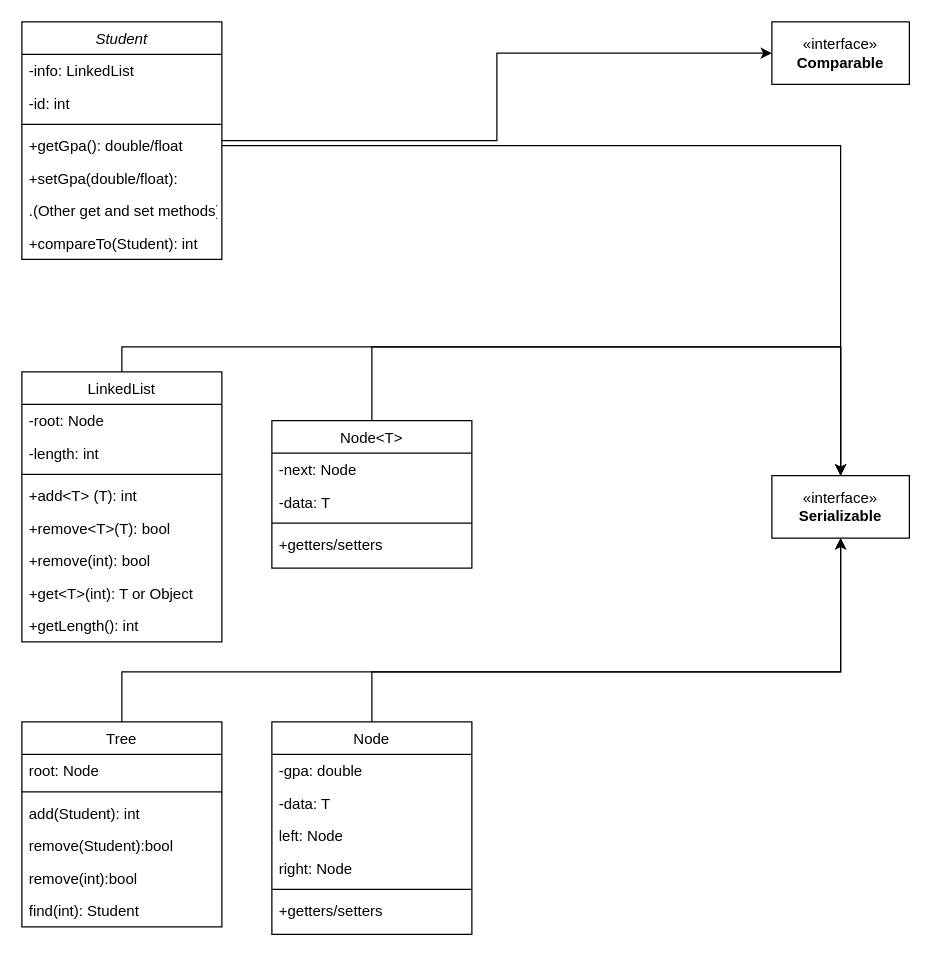
Before: DSA Project UML.drawio in Pearow/DSA-Project, a draw.io diagram. Source tidied: cells renumbered, new cells numbered last; positions are measured from the earlier drawing's top-left corner, leaving out a move shared by most shapes. Both pictures are drawn from the tidied source at 125%, with x=0, y=0 at pixel (21, 21).
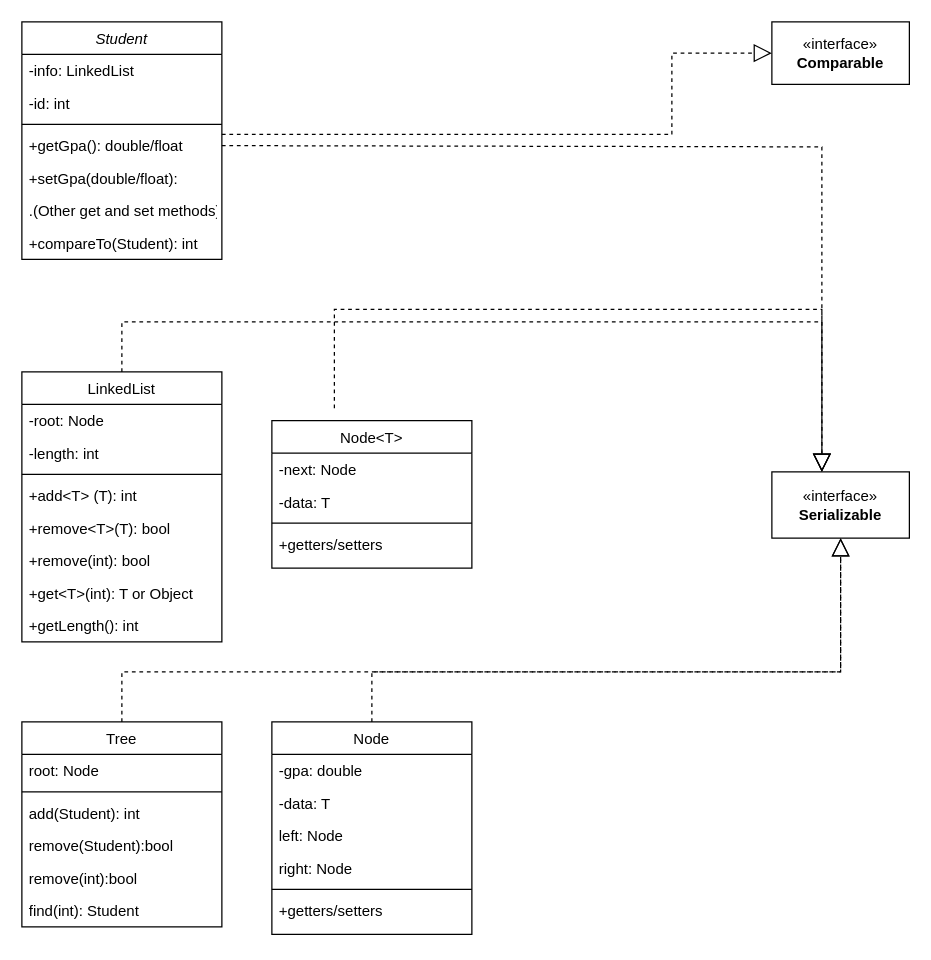
After the change.

Commit message:
Update UML Diagram

The change refers to these unchanged cells:
```xml
<mxCell id="3" value="Student&#10;" style="swimlane;fontStyle=2;align=center;verticalAlign=top;horizontal=1;startSize=26;rounded=0;shadow=0;strokeWidth=1;" parent="1" vertex="1">
  <mxGeometry width="160" height="190" as="geometry" />
</mxCell>
<mxCell id="7" value="+getGpa(): double/float&#10;" style="text;align=left;verticalAlign=top;spacingLeft=4;spacingRight=4;overflow=hidden;points=[[0,0.5],[1,0.5]];portConstraint=eastwest;" parent="3" vertex="1">
  <mxGeometry y="86" width="160" height="26" as="geometry" />
</mxCell>
<mxCell id="12" value="LinkedList" style="swimlane;fontStyle=0;align=center;verticalAlign=top;horizontal=1;startSize=26;rounded=0;shadow=0;strokeWidth=1;" parent="1" vertex="1">
  <mxGeometry y="280" width="160" height="216" as="geometry" />
</mxCell>
<mxCell id="22" value="Node&lt;T&gt;" style="swimlane;fontStyle=0;align=center;verticalAlign=top;horizontal=1;startSize=26;rounded=0;shadow=0;strokeWidth=1;" parent="1" vertex="1">
  <mxGeometry x="200" y="319" width="160" height="118" as="geometry" />
</mxCell>
<mxCell id="28" value="Tree" style="swimlane;fontStyle=0;align=center;verticalAlign=top;horizontal=1;startSize=26;rounded=0;shadow=0;strokeWidth=1;" parent="1" vertex="1">
  <mxGeometry y="560" width="160" height="164" as="geometry" />
</mxCell>
<mxCell id="35" value="Node" style="swimlane;fontStyle=0;align=center;verticalAlign=top;horizontal=1;startSize=26;rounded=0;shadow=0;strokeWidth=1;" parent="1" vertex="1">
  <mxGeometry x="200" y="560" width="160" height="170" as="geometry" />
</mxCell>
<mxCell id="43" value="«interface»&lt;br&gt;&lt;b&gt;Comparable&lt;/b&gt;" style="html=1;whiteSpace=wrap;" parent="1" vertex="1">
  <mxGeometry x="600" width="110" height="50" as="geometry" />
</mxCell>
```

The edit, as a diff of the source:
```diff
@@
-    <mxCell id="2" style="edgeStyle=orthogonalEdgeStyle;rounded=0;jettySize=auto;html=1;" parent="1" edge="1" source="3" target="43">
-      <mxGeometry relative="1" as="geometry" />
-    </mxCell>
@@
-    <mxCell id="11" style="edgeStyle=orthogonalEdgeStyle;rounded=0;jettySize=auto;html=1;entryX=0.5;entryY=0;entryDx=0;entryDy=0;" parent="1" edge="1" source="12" target="42">
-      <mxGeometry relative="1" as="geometry">
-        <Array as="points">
-          <mxPoint x="80" y="260" />
-          <mxPoint x="655" y="260" />
-        </Array>
-      </mxGeometry>
-    </mxCell>
@@
-    <mxCell id="21" style="edgeStyle=orthogonalEdgeStyle;rounded=0;jettySize=auto;html=1;entryX=0.5;entryY=0;entryDx=0;entryDy=0;" parent="1" edge="1" source="22" target="42">
-      <mxGeometry relative="1" as="geometry">
-        <Array as="points">
-          <mxPoint x="280" y="260" />
-          <mxPoint x="655" y="260" />
-        </Array>
-      </mxGeometry>
-    </mxCell>
@@
-    <mxCell id="27" style="edgeStyle=orthogonalEdgeStyle;rounded=0;jettySize=auto;html=1;" parent="1" edge="1" source="28" target="42">
-      <mxGeometry relative="1" as="geometry">
-        <Array as="points">
-          <mxPoint x="80" y="520" />
-          <mxPoint x="655" y="520" />
-        </Array>
-      </mxGeometry>
-    </mxCell>
@@
     <mxCell id="42" value="«interface»&lt;br&gt;&lt;b&gt;Serializable&lt;br&gt;&lt;/b&gt;" style="html=1;whiteSpace=wrap;" parent="1" vertex="1">
-      <mxGeometry x="600" y="363" width="110" height="50" as="geometry" />
+      <mxGeometry x="600" y="360" width="110" height="53" as="geometry" />
     </mxCell>
@@
-    <mxCell id="44" style="edgeStyle=orthogonalEdgeStyle;rounded=0;jettySize=auto;html=1;entryX=0.5;entryY=0;entryDx=0;entryDy=0;" parent="1" edge="1" source="7" target="42">
-      <mxGeometry relative="1" as="geometry" />
-    </mxCell>
-    <mxCell id="45" style="edgeStyle=orthogonalEdgeStyle;rounded=0;jettySize=auto;html=1;entryX=0.5;entryY=1;entryDx=0;entryDy=0;" parent="1" edge="1" target="42">
-      <mxGeometry relative="1" as="geometry">
-        <mxPoint x="280" y="560" as="sourcePoint" />
-        <Array as="points">
-          <mxPoint x="280" y="520" />
-          <mxPoint x="655" y="520" />
-        </Array>
-      </mxGeometry>
-    </mxCell>
+    <mxCell id="46" style="endArrow=block;dashed=1;endFill=0;endSize=12;html=1;rounded=0;entryX=0;entryY=0.5;entryDx=0;entryDy=0;" parent="1" edge="1" target="43">
+      <mxGeometry relative="1" as="geometry">
+        <mxPoint x="160" y="90" as="sourcePoint" />
+        <Array as="points">
+          <mxPoint x="520" y="90" />
+          <mxPoint x="520" y="25" />
+        </Array>
+      </mxGeometry>
+    </mxCell>
+    <mxCell id="47" style="endArrow=block;dashed=1;endFill=0;endSize=12;html=1;rounded=0;exitX=1;exitY=0.5;exitDx=0;exitDy=0;" parent="1" edge="1" source="7">
+      <mxGeometry relative="1" as="geometry">
+        <mxPoint x="640" y="360" as="targetPoint" />
+        <Array as="points">
+          <mxPoint x="640" y="100" />
+        </Array>
+      </mxGeometry>
+    </mxCell>
+    <mxCell id="48" style="endArrow=block;dashed=1;endFill=0;endSize=12;html=1;rounded=0;exitX=0.5;exitY=0;exitDx=0;exitDy=0;" parent="1" edge="1" source="12">
+      <mxGeometry relative="1" as="geometry">
+        <mxPoint x="640" y="360" as="targetPoint" />
+        <Array as="points">
+          <mxPoint x="80" y="240" />
+          <mxPoint x="640" y="240" />
+        </Array>
+      </mxGeometry>
+    </mxCell>
+    <mxCell id="49" style="endArrow=block;dashed=1;endFill=0;endSize=12;html=1;rounded=0;exitX=0.5;exitY=0;exitDx=0;exitDy=0;entryX=0.5;entryY=1;entryDx=0;entryDy=0;" parent="1" edge="1" source="35" target="42">
+      <mxGeometry relative="1" as="geometry">
+        <Array as="points">
+          <mxPoint x="280" y="520" />
+          <mxPoint x="655" y="520" />
+        </Array>
+      </mxGeometry>
+    </mxCell>
+    <mxCell id="27" style="endArrow=block;dashed=1;endFill=0;endSize=12;html=1;rounded=0;exitX=0.5;exitY=0;exitDx=0;exitDy=0;entryX=0.5;entryY=1;entryDx=0;entryDy=0;" parent="1" edge="1" source="28" target="42">
+      <mxGeometry relative="1" as="geometry">
+        <Array as="points">
+          <mxPoint x="80" y="520" />
+          <mxPoint x="655" y="520" />
+        </Array>
+      </mxGeometry>
+    </mxCell>
+    <mxCell id="50" style="endArrow=block;dashed=1;endFill=0;endSize=12;html=1;rounded=0;exitX=0.5;exitY=0;exitDx=0;exitDy=0;entryX=0.364;entryY=0;entryDx=0;entryDy=0;entryPerimeter=0;" parent="1" edge="1" target="42">
+      <mxGeometry relative="1" as="geometry">
+        <mxPoint x="250" y="309" as="sourcePoint" />
+        <Array as="points">
+          <mxPoint x="250" y="230" />
+          <mxPoint x="640" y="230" />
+        </Array>
+      </mxGeometry>
+    </mxCell>
```
